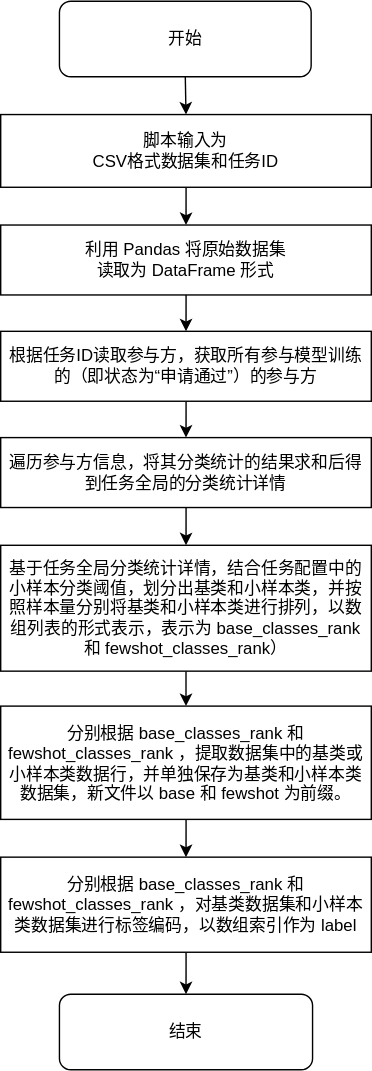
hiro942/drawio keeps this draw.io diagram as 数据集划分和标签编码脚本流程.svg. Above is the earlier version. Source tidied: cells renumbered, new cells last; positions are measured from the earlier drawing's top-left corner, leaving out a move shared by most shapes.
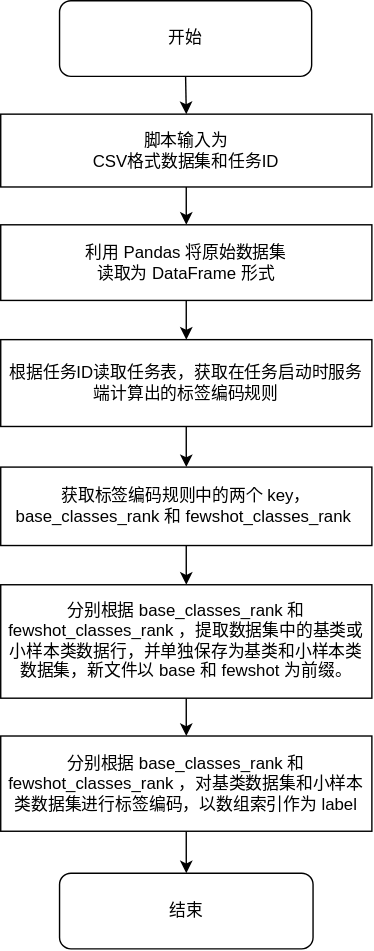
Above is the later version.

Commit message:
更新数据集划分和标签编码脚本流程.svg

What changed in the source:
```diff
@@ -12,7 +12,7 @@
       <mxGeometry relative="1" as="geometry" />
     </mxCell>
     <mxCell id="5" value="利用 Pandas 将原始数据集&lt;div&gt;读取为 DataFrame 形式&lt;/div&gt;" style="rounded=0;whiteSpace=wrap;html=1;" parent="1" vertex="1">
-      <mxGeometry y="160" width="265" height="50" as="geometry" />
+      <mxGeometry y="160" width="265" height="54" as="geometry" />
     </mxCell>
     <mxCell id="6" style="edgeStyle=orthogonalEdgeStyle;rounded=0;jettySize=auto;html=1;entryX=0.5;entryY=0;entryDx=0;entryDy=0;exitX=0.5;exitY=1;exitDx=0;exitDy=0;" parent="1" edge="1" source="18" target="3">
       <mxGeometry relative="1" as="geometry" />
@@ -20,35 +20,29 @@
     <mxCell id="7" style="edgeStyle=orthogonalEdgeStyle;rounded=0;jettySize=auto;html=1;entryX=0.5;entryY=0;entryDx=0;entryDy=0;" parent="1" edge="1" source="8" target="10">
       <mxGeometry relative="1" as="geometry" />
     </mxCell>
-    <mxCell id="8" value="根据任务ID读取参与方，获取所有参与模型训练的（即状态为“申请通过”）的参与方" style="rounded=0;whiteSpace=wrap;html=1;" parent="1" vertex="1">
-      <mxGeometry y="236" width="265" height="50" as="geometry" />
+    <mxCell id="8" value="根据任务ID读取任务表，获取在任务启动时服务端计算出的标签编码规则" style="rounded=0;whiteSpace=wrap;html=1;" parent="1" vertex="1">
+      <mxGeometry y="242" width="265" height="62" as="geometry" />
     </mxCell>
-    <mxCell id="9" style="edgeStyle=orthogonalEdgeStyle;rounded=0;jettySize=auto;html=1;entryX=0.5;entryY=0;entryDx=0;entryDy=0;" parent="1" edge="1" source="10" target="12">
-      <mxGeometry relative="1" as="geometry" />
-    </mxCell>
+    <mxCell id="19" style="edgeStyle=orthogonalEdgeStyle;rounded=0;jettySize=auto;html=1;entryX=0.5;entryY=0;entryDx=0;entryDy=0;" parent="1" edge="1" source="10" target="14">
+      <mxGeometry relative="1" as="geometry" />
+    </mxCell>
-    <mxCell id="10" value="遍历参与方信息，将其分类统计的结果求和后得到任务全局的分类统计详情" style="rounded=0;whiteSpace=wrap;html=1;" parent="1" vertex="1">
-      <mxGeometry y="312" width="265" height="50" as="geometry" />
+    <mxCell id="10" value="获取标签编码规则中的两个 key， base_classes_rank 和 fewshot_classes_rank&amp;nbsp;" style="rounded=0;whiteSpace=wrap;html=1;" parent="1" vertex="1">
+      <mxGeometry y="333" width="265" height="56" as="geometry" />
     </mxCell>
-    <mxCell id="11" style="edgeStyle=orthogonalEdgeStyle;rounded=0;jettySize=auto;html=1;exitX=0.5;exitY=1;exitDx=0;exitDy=0;entryX=0.5;entryY=0;entryDx=0;entryDy=0;" parent="1" edge="1" source="12" target="14">
-      <mxGeometry relative="1" as="geometry" />
-    </mxCell>
-    <mxCell id="12" value="基于任务全局分类统计详情，结合任务配置中的小样本分类阈值，划分出基类和小样本类，并按照样本量分别将基类和小样本类进行排列，以数组列表的形式表示，表示为 base_classes_rank 和 fewshot_classes_rank）" style="rounded=0;whiteSpace=wrap;html=1;" parent="1" vertex="1">
-      <mxGeometry y="389" width="265" height="90" as="geometry" />
-    </mxCell>
     <mxCell id="13" style="edgeStyle=orthogonalEdgeStyle;rounded=0;jettySize=auto;html=1;entryX=0.5;entryY=0;entryDx=0;entryDy=0;" parent="1" edge="1" source="14" target="16">
       <mxGeometry relative="1" as="geometry" />
     </mxCell>
     <mxCell id="14" value="分别根据 base_classes_rank 和 fewshot_classes_rank&amp;nbsp;，提取数据集中的基类或小样本类数据行，并单独保存为基类和小样本类数据集，新文件以 base 和 fewshot 为前缀。" style="rounded=0;whiteSpace=wrap;html=1;" parent="1" vertex="1">
-      <mxGeometry y="504" width="265" height="81" as="geometry" />
+      <mxGeometry y="417" width="265" height="81" as="geometry" />
     </mxCell>
     <mxCell id="15" style="edgeStyle=orthogonalEdgeStyle;rounded=0;jettySize=auto;html=1;entryX=0.5;entryY=0;entryDx=0;entryDy=0;" parent="1" edge="1" source="16" target="17">
       <mxGeometry relative="1" as="geometry" />
     </mxCell>
     <mxCell id="16" value="分别根据 base_classes_rank 和 fewshot_classes_rank&amp;nbsp;，对基类数据集和小样本类数据集进行标签编码，以数组索引作为 label" style="rounded=0;whiteSpace=wrap;html=1;" parent="1" vertex="1">
-      <mxGeometry y="612" width="265" height="68" as="geometry" />
+      <mxGeometry y="525" width="265" height="68" as="geometry" />
     </mxCell>
     <mxCell id="17" value="结束" style="rounded=1;whiteSpace=wrap;html=1;" parent="1" vertex="1">
-      <mxGeometry x="42" y="710" width="181" height="54" as="geometry" />
+      <mxGeometry x="42" y="623" width="181" height="54" as="geometry" />
     </mxCell>
     <mxCell id="18" value="开始" style="rounded=1;whiteSpace=wrap;html=1;" parent="1" vertex="1">
       <mxGeometry x="42" width="180" height="54" as="geometry" />
```
